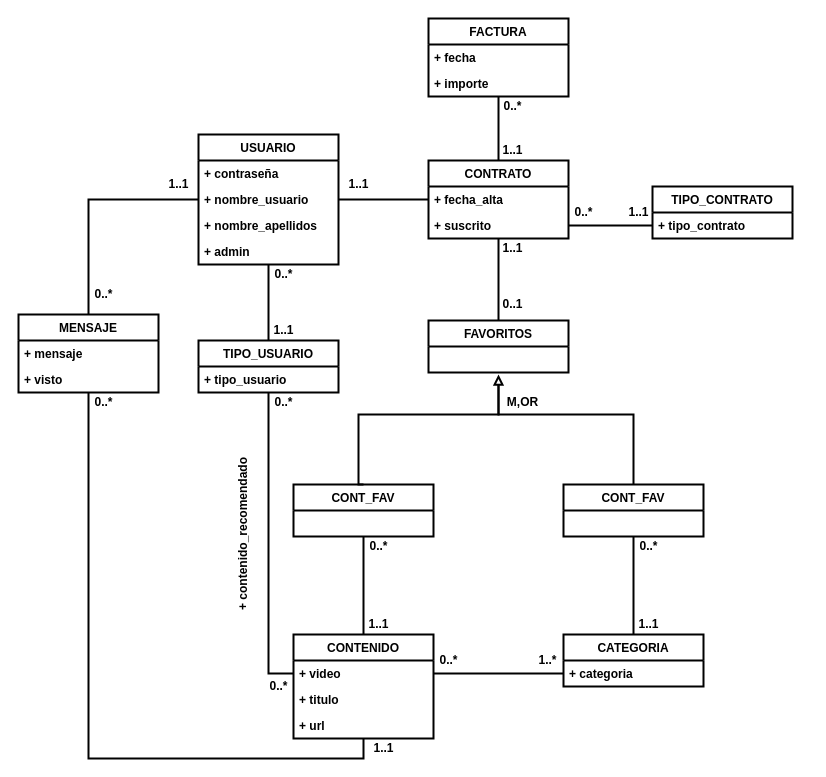
This is Modelo Conceptual.drawio from JaumeJulia/BD2_Practica02, a draw.io file, before an edit. Source tidied: cells renumbered, new cells numbered last; positions are measured from the earlier drawing's top-left corner, leaving out a move shared by most shapes. Both pictures are drawn from the tidied source at 100%, with x=0, y=0 at pixel (18, 18).
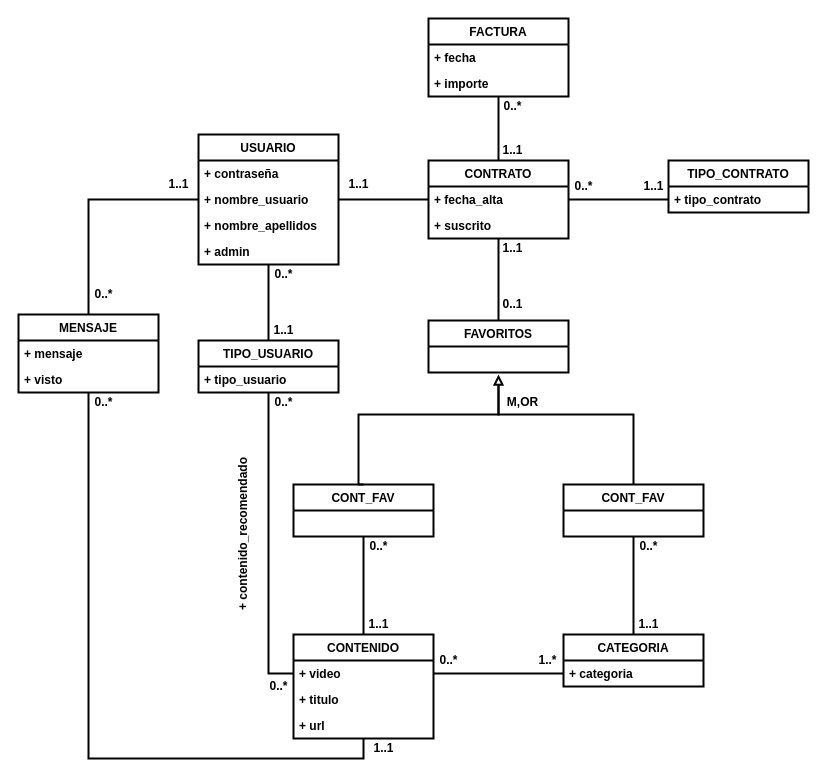
Above is the later version.

Commit message:
Actualizacion Mapa Conceptual

The change refers to these unchanged cells:
```xml
<mxCell id="5" value="+ fecha_alta" style="text;strokeColor=none;fillColor=none;align=left;verticalAlign=top;spacingLeft=4;spacingRight=4;overflow=hidden;points=[[0,0.5],[1,0.5]];portConstraint=eastwest;fontStyle=1;" parent="4" vertex="1">
  <mxGeometry y="26" width="140" height="26" as="geometry" />
</mxCell>
<mxCell id="6" value="+ suscrito" style="text;strokeColor=none;fillColor=none;align=left;verticalAlign=top;spacingLeft=4;spacingRight=4;overflow=hidden;points=[[0,0.5],[1,0.5]];portConstraint=eastwest;fontStyle=1;" parent="4" vertex="1">
  <mxGeometry y="52" width="140" height="26" as="geometry" />
</mxCell>
```

Change to the diagram source:
```diff
@@
-    <mxCell id="2" style="edgeStyle=orthogonalEdgeStyle;rounded=0;jettySize=auto;html=1;exitX=1;exitY=0.5;exitDx=0;exitDy=0;entryX=0;entryY=0.75;entryDx=0;entryDy=0;endArrow=none;endFill=0;strokeWidth=2;fontStyle=1;" parent="1" edge="1" source="6" target="11">
+    <mxCell id="2" style="edgeStyle=orthogonalEdgeStyle;rounded=0;jettySize=auto;html=1;exitX=1;exitY=0.5;exitDx=0;exitDy=0;entryX=0;entryY=0.75;entryDx=0;entryDy=0;endArrow=none;endFill=0;strokeWidth=2;fontStyle=1;" parent="1" edge="1" source="5" target="11">
       <mxGeometry relative="1" as="geometry" />
     </mxCell>
@@
     <mxCell id="11" value="TIPO_CONTRATO" style="swimlane;fontStyle=1;horizontal=1;startSize=26;fillColor=none;strokeWidth=2;" parent="1" vertex="1">
-      <mxGeometry x="634" y="168" width="140" height="52" as="geometry" />
+      <mxGeometry x="650" y="142" width="140" height="52" as="geometry" />
     </mxCell>
@@
     <mxCell id="51" value="0..*" style="text;html=1;align=center;verticalAlign=middle;strokeColor=none;fillColor=none;fontStyle=1;" parent="1" vertex="1">
-      <mxGeometry x="550" y="184" width="30" height="20" as="geometry" />
+      <mxGeometry x="550" y="158" width="30" height="20" as="geometry" />
     </mxCell>
     <mxCell id="52" value="1..1" style="text;html=1;align=center;verticalAlign=middle;strokeColor=none;fillColor=none;fontStyle=1;" parent="1" vertex="1">
-      <mxGeometry x="600" y="184" width="40" height="20" as="geometry" />
+      <mxGeometry x="615" y="158" width="40" height="20" as="geometry" />
     </mxCell>
```
